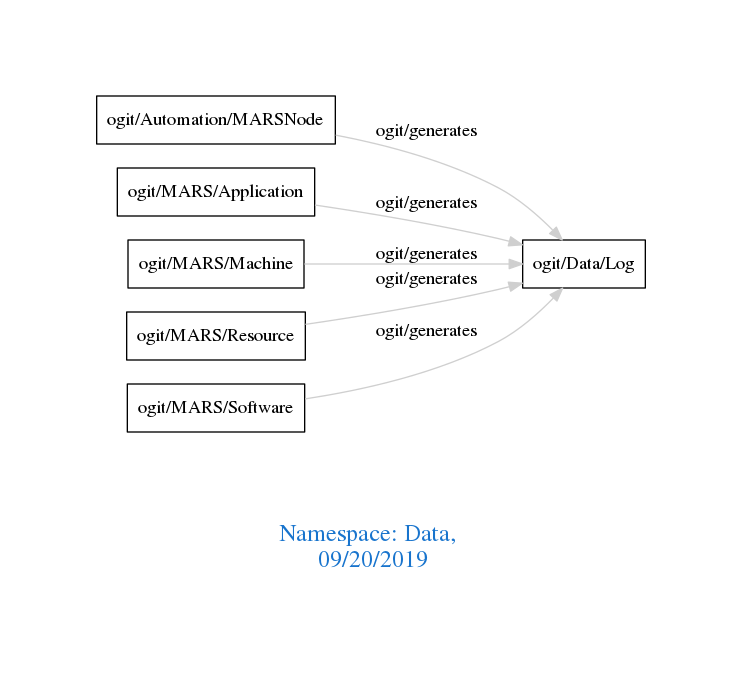
arago/OGIT keeps this Graphviz diagram as downloads/Data.png. Above is the earlier version. Its source is kept beside it as downloads/Data.dot.
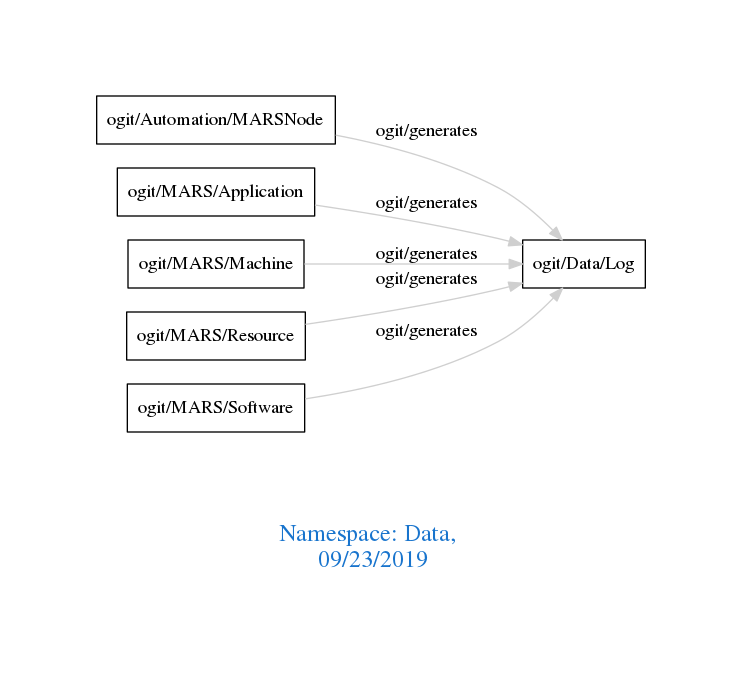
The same diagram one commit later.

Diff of the diagram source:
```diff
@@ -1,7 +1,7 @@
 digraph OGIT_ontology {
  graph [ rankdir= LR,pad=1
 fontsize = 18,
-fontcolor= dodgerblue3,label = "\n\n\nNamespace: Data, \n 09/20/2019"];
+fontcolor= dodgerblue3,label = "\n\n\nNamespace: Data, \n 09/23/2019"];
 node[shape=polygon];
 edge [  color="gray81"];
 
```
